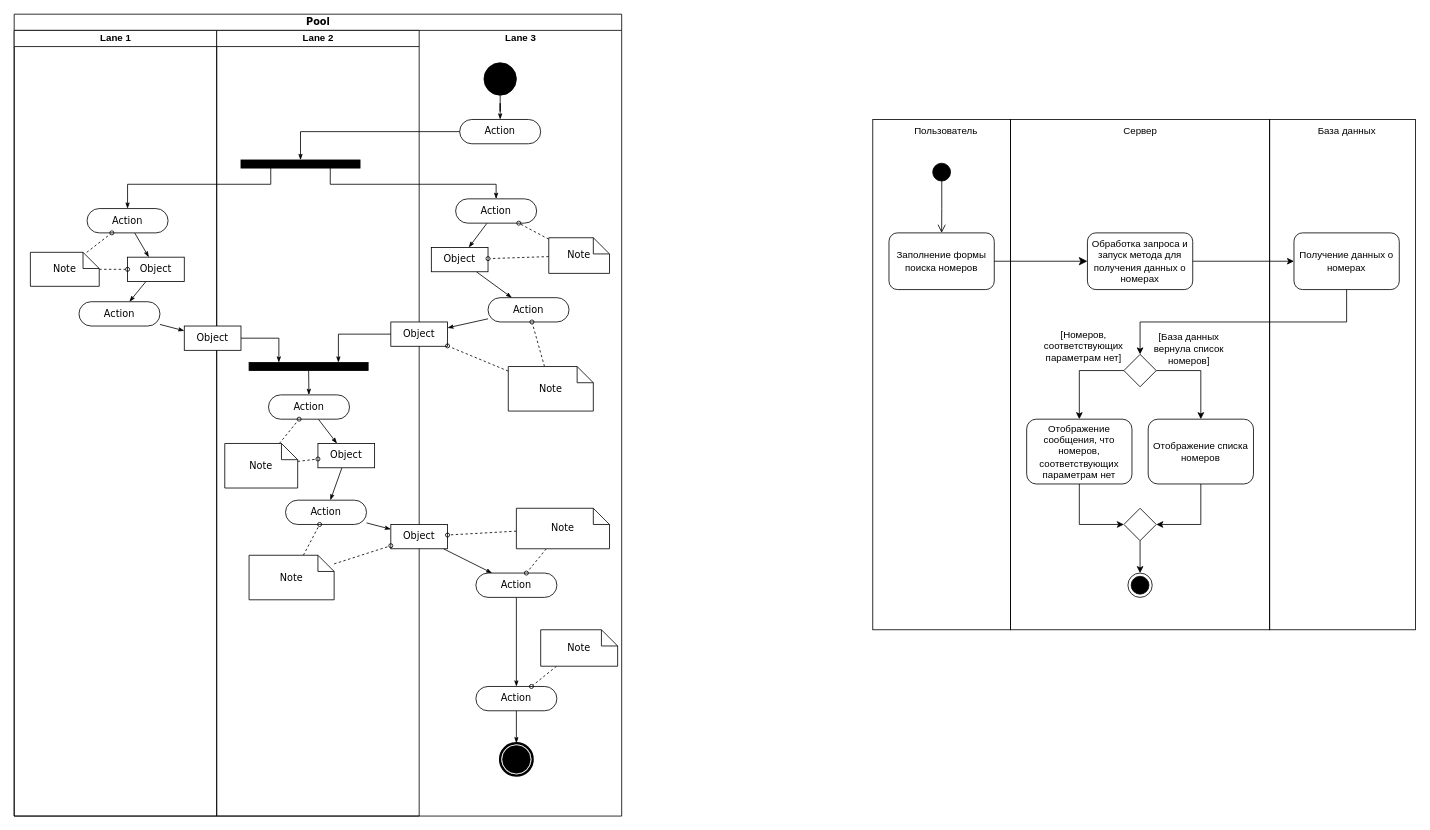
Above: 3rd year/CourseWork/Диаграмма_деятельности.drawio in flown09/susu (draw.io), before the change. Source tidied: cells renumbered, new cells numbered last; positions are measured from the earlier drawing's top-left corner, leaving out a move shared by most shapes. Both pictures are drawn from the tidied source at 81%, with x=0, y=0 at pixel (14, 14).
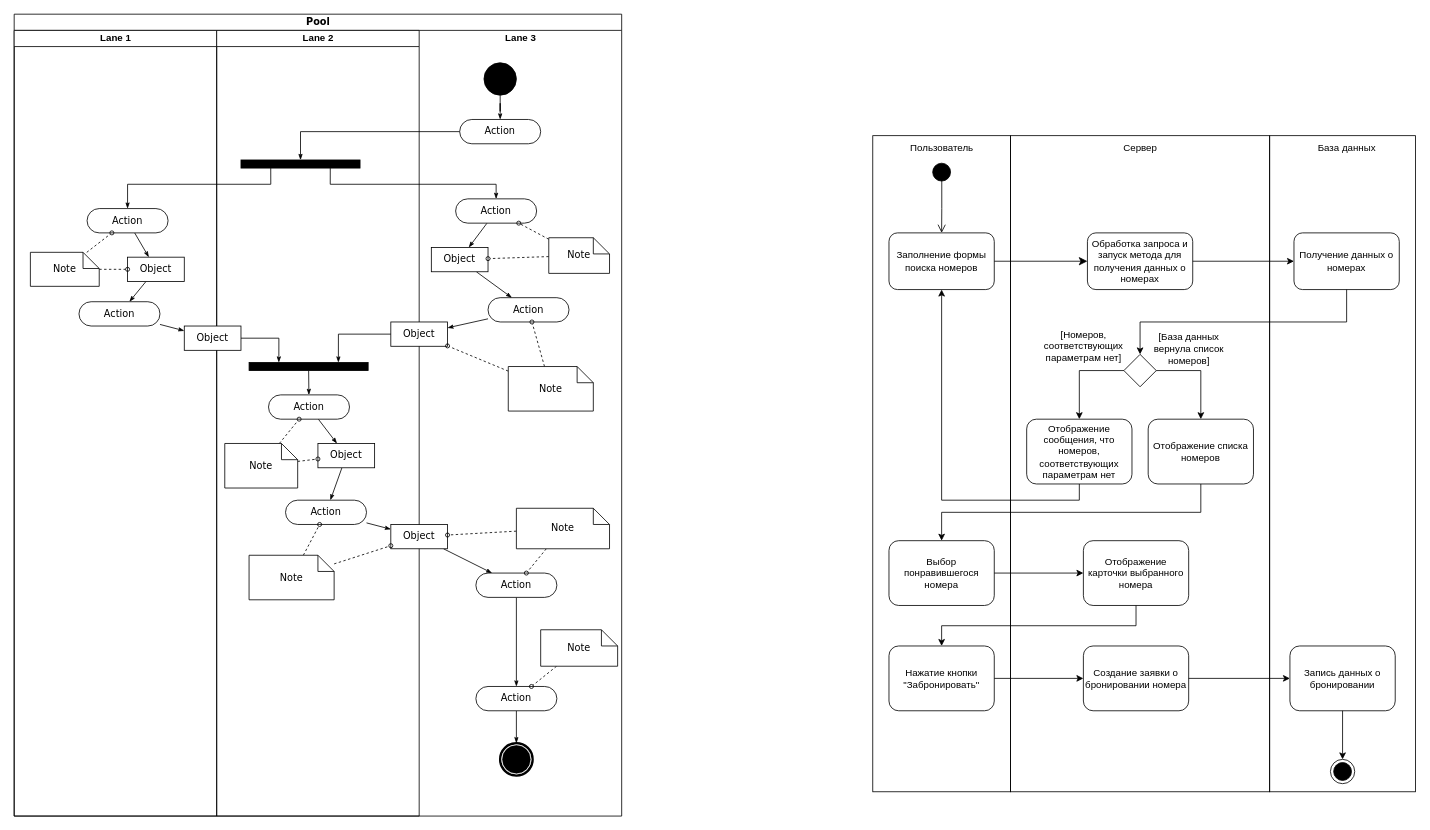
Above is the later version.

Commit message (it also covers changes not shown here):
диаграммы готовы

The change refers to these unchanged cells:
```xml
<mxCell id="65" value="Заполнение формы поиска номеров" style="rounded=1;whiteSpace=wrap;html=1;fillColor=none;" parent="1" vertex="1">
  <mxGeometry x="1080" y="270" width="130" height="70" as="geometry" />
</mxCell>
<mxCell id="78" value="Отображение списка номеров" style="rounded=1;whiteSpace=wrap;html=1;fillColor=none;" parent="1" vertex="1">
  <mxGeometry x="1400" y="500" width="130" height="80" as="geometry" />
</mxCell>
<mxCell id="80" value="Отображение сообщения, что номеров, соответствующих параметрам нет" style="rounded=1;whiteSpace=wrap;html=1;fillColor=none;" parent="1" vertex="1">
  <mxGeometry x="1250" y="500" width="130" height="80" as="geometry" />
</mxCell>
```

The edit, as a diff of the source:
```diff
@@
+    <mxCell id="89" style="rounded=0;whiteSpace=wrap;html=1;fillColor=none;" parent="1" vertex="1">
+      <mxGeometry x="1550" y="150" width="180" height="810" as="geometry" />
+    </mxCell>
+    <mxCell id="81" style="rounded=0;whiteSpace=wrap;html=1;fillColor=none;" parent="1" vertex="1">
+      <mxGeometry x="1060" y="150" width="170" height="810" as="geometry" />
+    </mxCell>
+    <mxCell id="88" style="rounded=0;whiteSpace=wrap;html=1;fillColor=none;" parent="1" vertex="1">
+      <mxGeometry x="1230" y="150" width="320" height="810" as="geometry" />
+    </mxCell>
@@
     <mxCell id="68" value="Пользователь" style="text;html=1;align=center;verticalAlign=middle;strokeColor=none;fillColor=none;" parent="1" vertex="1">
-      <mxGeometry x="1100" y="130" width="100" height="30" as="geometry" />
+      <mxGeometry x="1095" y="150" width="100" height="30" as="geometry" />
     </mxCell>
     <mxCell id="69" value="Сервер" style="text;html=1;align=center;verticalAlign=middle;strokeColor=none;fillColor=none;" parent="1" vertex="1">
-      <mxGeometry x="1355" y="130" width="70" height="30" as="geometry" />
+      <mxGeometry x="1355" y="150" width="70" height="30" as="geometry" />
     </mxCell>
@@
     <mxCell id="74" value="База данных" style="text;html=1;align=center;verticalAlign=middle;strokeColor=none;fillColor=none;" parent="1" vertex="1">
-      <mxGeometry x="1600" y="130" width="90" height="30" as="geometry" />
+      <mxGeometry x="1600" y="150" width="90" height="30" as="geometry" />
     </mxCell>
@@
-    <mxCell id="77" style="edgeStyle=orthogonalEdgeStyle;rounded=0;jettySize=auto;html=1;exitX=0.5;exitY=1;exitDx=0;exitDy=0;entryX=1;entryY=0.5;entryDx=0;entryDy=0;" parent="1" edge="1" source="78" target="84">
-      <mxGeometry relative="1" as="geometry" />
-    </mxCell>
+    <mxCell id="90" style="edgeStyle=orthogonalEdgeStyle;rounded=0;jettySize=auto;html=1;exitX=0.5;exitY=1;exitDx=0;exitDy=0;entryX=0.5;entryY=0;entryDx=0;entryDy=0;" parent="1" edge="1" source="78" target="93">
+      <mxGeometry relative="1" as="geometry" />
+    </mxCell>
@@
-    <mxCell id="79" style="edgeStyle=orthogonalEdgeStyle;rounded=0;jettySize=auto;html=1;exitX=0.5;exitY=1;exitDx=0;exitDy=0;entryX=0;entryY=0.5;entryDx=0;entryDy=0;" parent="1" edge="1" source="80" target="84">
-      <mxGeometry relative="1" as="geometry" />
-    </mxCell>
+    <mxCell id="91" style="edgeStyle=orthogonalEdgeStyle;rounded=0;jettySize=auto;html=1;exitX=0.5;exitY=1;exitDx=0;exitDy=0;entryX=0.5;entryY=1;entryDx=0;entryDy=0;" parent="1" edge="1" source="80" target="65">
+      <mxGeometry relative="1" as="geometry" />
+    </mxCell>
@@
-    <mxCell id="81" style="rounded=0;whiteSpace=wrap;html=1;fillColor=none;" parent="1" vertex="1">
-      <mxGeometry x="1060" y="130" width="170" height="630" as="geometry" />
-    </mxCell>
@@
-    <mxCell id="83" style="edgeStyle=orthogonalEdgeStyle;rounded=0;jettySize=auto;html=1;exitX=0.5;exitY=1;exitDx=0;exitDy=0;entryX=0.5;entryY=0;entryDx=0;entryDy=0;" parent="1" edge="1" source="84" target="85">
+    <mxCell id="83" style="edgeStyle=orthogonalEdgeStyle;rounded=0;jettySize=auto;html=1;exitX=0.5;exitY=1;exitDx=0;exitDy=0;entryX=0.5;entryY=0;entryDx=0;entryDy=0;" parent="1" edge="1" source="100" target="85">
       <mxGeometry relative="1" as="geometry" />
     </mxCell>
-    <mxCell id="84" style="rhombus;whiteSpace=wrap;html=1;fillColor=none;" parent="1" vertex="1">
-      <mxGeometry x="1370" y="610" width="40" height="40" as="geometry" />
-    </mxCell>
     <mxCell id="85" style="ellipse;html=1;shape=endState;fillColor=#000000;strokeColor=#000000;" parent="1" vertex="1">
-      <mxGeometry x="1375" y="690" width="30" height="30" as="geometry" />
+      <mxGeometry x="1625" y="920" width="30" height="30" as="geometry" />
     </mxCell>
@@
-    <mxCell id="88" style="rounded=0;whiteSpace=wrap;html=1;fillColor=none;" parent="1" vertex="1">
-      <mxGeometry x="1230" y="130" width="320" height="630" as="geometry" />
-    </mxCell>
-    <mxCell id="89" style="rounded=0;whiteSpace=wrap;html=1;fillColor=none;" parent="1" vertex="1">
-      <mxGeometry x="1550" y="130" width="180" height="630" as="geometry" />
-    </mxCell>
+    <mxCell id="92" style="edgeStyle=orthogonalEdgeStyle;rounded=0;jettySize=auto;html=1;exitX=1;exitY=0.5;exitDx=0;exitDy=0;entryX=0;entryY=0.5;entryDx=0;entryDy=0;" parent="1" edge="1" source="93" target="95">
+      <mxGeometry relative="1" as="geometry" />
+    </mxCell>
+    <mxCell id="93" value="Выбор понравившегося номера" style="rounded=1;whiteSpace=wrap;html=1;fillColor=none;" parent="1" vertex="1">
+      <mxGeometry x="1080" y="650" width="130" height="80" as="geometry" />
+    </mxCell>
+    <mxCell id="94" style="edgeStyle=orthogonalEdgeStyle;rounded=0;jettySize=auto;html=1;exitX=0.5;exitY=1;exitDx=0;exitDy=0;entryX=0.5;entryY=0;entryDx=0;entryDy=0;" parent="1" edge="1" source="95" target="97">
+      <mxGeometry relative="1" as="geometry" />
+    </mxCell>
+    <mxCell id="95" value="Отображение карточки выбранного номера" style="rounded=1;whiteSpace=wrap;html=1;fillColor=none;" parent="1" vertex="1">
+      <mxGeometry x="1320" y="650" width="130" height="80" as="geometry" />
+    </mxCell>
+    <mxCell id="96" style="edgeStyle=orthogonalEdgeStyle;rounded=0;jettySize=auto;html=1;exitX=1;exitY=0.5;exitDx=0;exitDy=0;entryX=0;entryY=0.5;entryDx=0;entryDy=0;" parent="1" edge="1" source="97" target="99">
+      <mxGeometry relative="1" as="geometry" />
+    </mxCell>
+    <mxCell id="97" value="Нажатие кнопки &quot;Забронировать&quot;" style="rounded=1;whiteSpace=wrap;html=1;fillColor=none;" parent="1" vertex="1">
+      <mxGeometry x="1080" y="780" width="130" height="80" as="geometry" />
+    </mxCell>
+    <mxCell id="98" style="edgeStyle=orthogonalEdgeStyle;rounded=0;jettySize=auto;html=1;exitX=1;exitY=0.5;exitDx=0;exitDy=0;entryX=0;entryY=0.5;entryDx=0;entryDy=0;" parent="1" edge="1" source="99" target="100">
+      <mxGeometry relative="1" as="geometry" />
+    </mxCell>
+    <mxCell id="99" value="Создание заявки о бронировании номера" style="rounded=1;whiteSpace=wrap;html=1;fillColor=none;" parent="1" vertex="1">
+      <mxGeometry x="1320" y="780" width="130" height="80" as="geometry" />
+    </mxCell>
+    <mxCell id="100" value="Запись данных о бронировании" style="rounded=1;whiteSpace=wrap;html=1;fillColor=none;" parent="1" vertex="1">
+      <mxGeometry x="1575" y="780" width="130" height="80" as="geometry" />
+    </mxCell>
```
